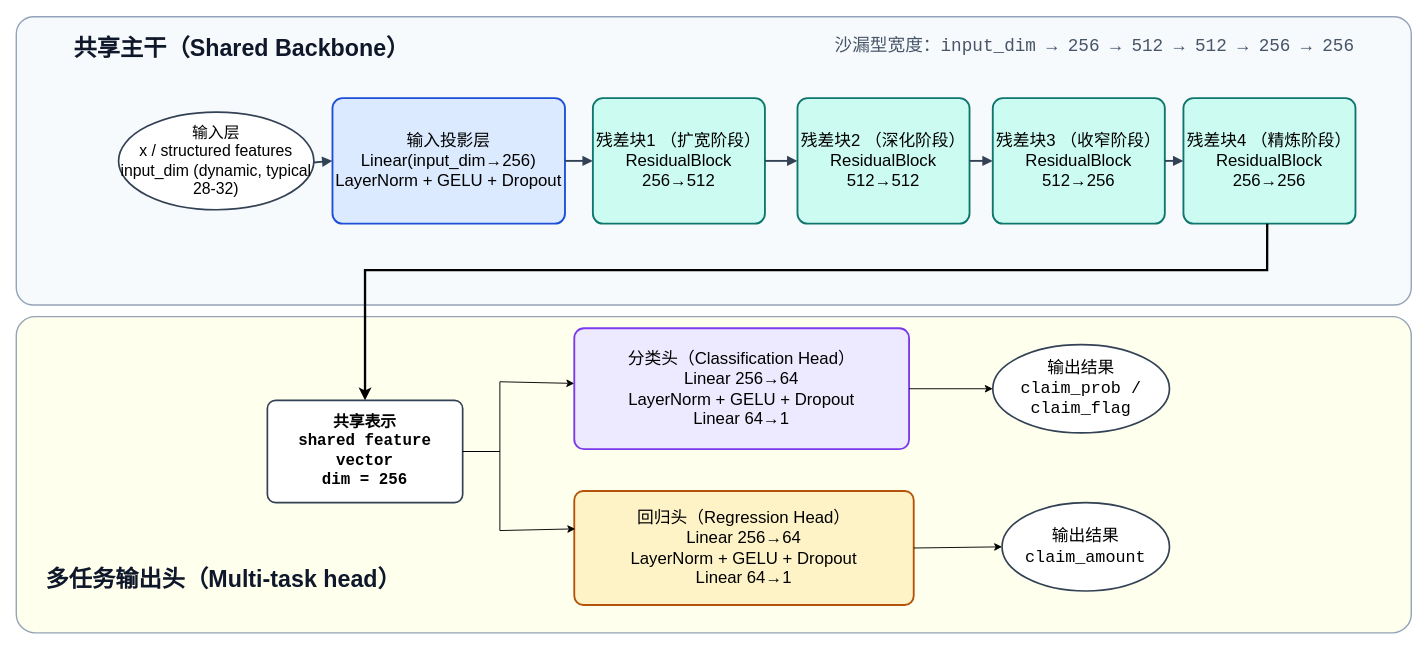
The draw.io diagram docs/diagrams/InsuranceMLP网络结构图.drawio in Mrxyqian/Gradu_Project, before the edit. Source tidied: cells renumbered, new cells numbered last; positions are measured from the earlier drawing's top-left corner, leaving out a move shared by most shapes. Both pictures are drawn from the tidied source at 93%, with x=0, y=0 at pixel (16, 17).
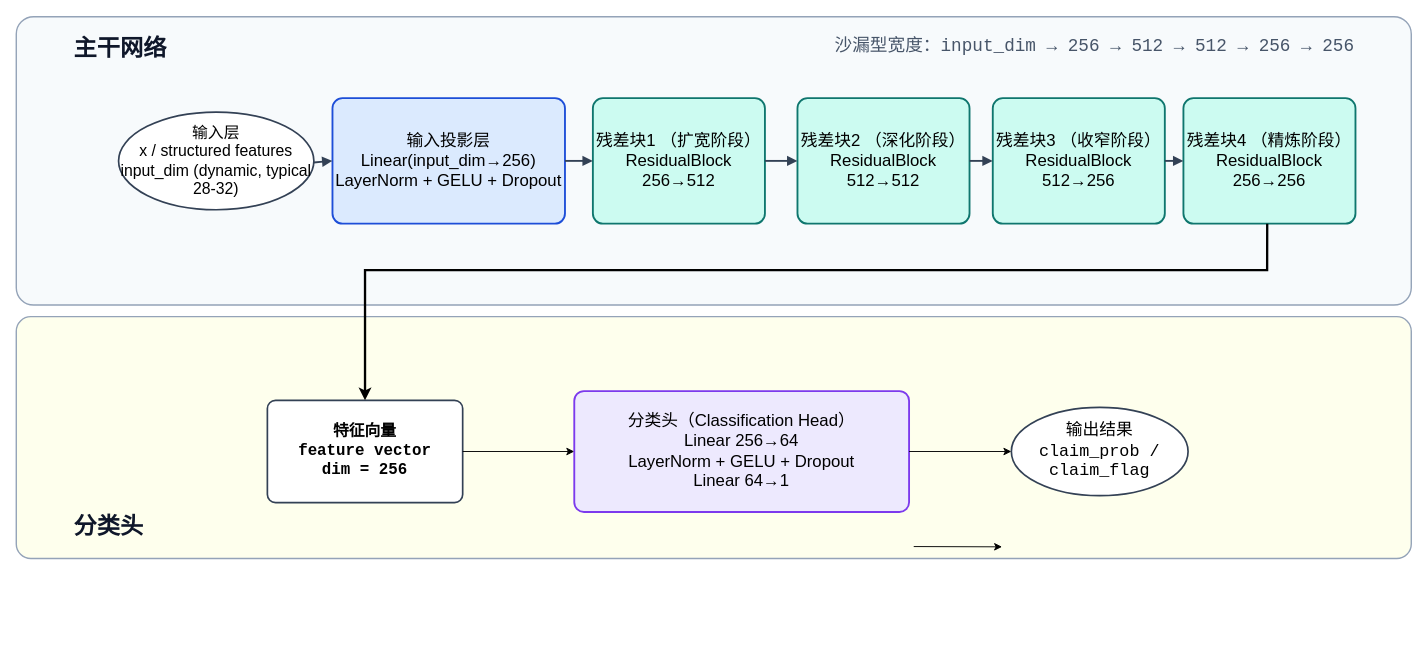
Above is the later version.

What changed in the source:
```diff
@@
     <mxCell id="2" style="rounded=1;arcSize=6;whiteSpace=wrap;html=1;fillColor=#FEFFED;strokeColor=#94a3b8;strokeWidth=1.5;dashed=0;fontSize=17;" parent="1" vertex="1">
-      <mxGeometry y="322" width="1500" height="340" as="geometry" />
+      <mxGeometry y="322" width="1500" height="260" as="geometry" />
     </mxCell>
@@
-    <mxCell id="4" value="共享主干（Shared Backbone）" style="text;html=1;strokeColor=none;fillColor=none;align=left;verticalAlign=middle;fontFamily=Microsoft YaHei;fontSize=25;fontStyle=1;fontColor=#0f172a;" parent="1" vertex="1">
+    <mxCell id="4" value="主干网络" style="text;html=1;strokeColor=none;fillColor=none;align=left;verticalAlign=middle;fontFamily=Microsoft YaHei;fontSize=25;fontStyle=1;fontColor=#0f172a;" parent="1" vertex="1">
       <mxGeometry x="60" y="18" width="420" height="28" as="geometry" />
     </mxCell>
@@
-    <mxCell id="19" value="共享表示&lt;br&gt;shared feature vector&lt;br&gt;dim = 256" style="rounded=1;arcSize=8;whiteSpace=wrap;html=1;align=center;verticalAlign=middle;fontFamily=Consolas;fontSize=17;fontStyle=1;strokeColor=#334155;strokeWidth=1.8;fillColor=#ffffff;" parent="1" vertex="1">
+    <mxCell id="19" value="特征向量&lt;br&gt;feature vector&lt;br&gt;dim = 256" style="rounded=1;arcSize=8;whiteSpace=wrap;html=1;align=center;verticalAlign=middle;fontFamily=Consolas;fontSize=17;fontStyle=1;strokeColor=#334155;strokeWidth=1.8;fillColor=#ffffff;" parent="1" vertex="1">
       <mxGeometry x="270" y="412" width="210" height="110" as="geometry" />
     </mxCell>
-    <mxCell id="20" value="回归头（Regression Head）&lt;br&gt;Linear 256→64&lt;br&gt;LayerNorm + GELU + Dropout&lt;br&gt;Linear 64→1" style="rounded=1;arcSize=8;whiteSpace=wrap;html=1;align=center;verticalAlign=middle;fontFamily=Microsoft YaHei;fontSize=18;strokeColor=#b45309;strokeWidth=2;fillColor=#fef3c7;" parent="1" vertex="1">
-      <mxGeometry x="600" y="509.5" width="365" height="122.5" as="geometry" />
-    </mxCell>
-    <mxCell id="21" value="输出结果&lt;br&gt;claim_amount" style="ellipse;whiteSpace=wrap;html=1;align=center;verticalAlign=middle;fontFamily=Consolas;fontSize=18;strokeColor=#334155;strokeWidth=1.8;fillColor=#ffffff;" parent="1" vertex="1">
-      <mxGeometry x="1060" y="522" width="180" height="95" as="geometry" />
-    </mxCell>
     <mxCell id="22" value="分类头（Classification Head）&lt;br&gt;Linear 256→64&lt;br&gt;LayerNorm + GELU + Dropout&lt;br&gt;Linear 64→1" style="rounded=1;arcSize=8;whiteSpace=wrap;html=1;align=center;verticalAlign=middle;fontFamily=Microsoft YaHei;fontSize=18;strokeColor=#7c3aed;strokeWidth=2;fillColor=#ede9fe;" parent="1" vertex="1">
-      <mxGeometry x="600" y="334.5" width="360" height="130" as="geometry" />
+      <mxGeometry x="600" y="402" width="360" height="130" as="geometry" />
     </mxCell>
     <mxCell id="23" value="输出结果&lt;br&gt;claim_prob / claim_flag" style="ellipse;whiteSpace=wrap;html=1;align=center;verticalAlign=middle;fontFamily=Consolas;fontSize=18;strokeColor=#334155;strokeWidth=1.8;fillColor=#ffffff;" parent="1" vertex="1">
-      <mxGeometry x="1050" y="352" width="190" height="95" as="geometry" />
+      <mxGeometry x="1070" y="419.5" width="190" height="95" as="geometry" />
     </mxCell>
@@
-    <mxCell id="25" style="endArrow=classic;html=1;rounded=0;exitX=1;exitY=0.5;exitDx=0;exitDy=0;entryX=0;entryY=0.456;entryDx=0;entryDy=0;entryPerimeter=0;" parent="1" edge="1" source="19" target="22">
-      <mxGeometry relative="1" as="geometry">
-        <Array as="points">
-          <mxPoint x="520" y="467" />
-          <mxPoint x="520" y="392" />
-        </Array>
-      </mxGeometry>
+    <mxCell id="25" style="endArrow=classic;html=1;rounded=0;exitX=1;exitY=0.5;exitDx=0;exitDy=0;entryX=0;entryY=0.5;entryDx=0;entryDy=0;" parent="1" edge="1" source="19" target="22">
+      <mxGeometry relative="1" as="geometry" />
     </mxCell>
-    <mxCell id="26" style="endArrow=classic;html=1;rounded=0;exitX=1;exitY=0.5;exitDx=0;exitDy=0;entryX=0.003;entryY=0.332;entryDx=0;entryDy=0;entryPerimeter=0;" parent="1" edge="1" source="19" target="20">
-      <mxGeometry relative="1" as="geometry">
-        <Array as="points">
-          <mxPoint x="520" y="467" />
-          <mxPoint x="520" y="552" />
-        </Array>
-      </mxGeometry>
-    </mxCell>
@@
-    <mxCell id="28" style="endArrow=classic;html=1;rounded=0;entryX=0;entryY=0.5;entryDx=0;entryDy=0;exitX=1;exitY=0.5;exitDx=0;exitDy=0;" parent="1" edge="1" source="20" target="21">
-      <mxGeometry relative="1" as="geometry" />
+    <mxCell id="28" style="endArrow=classic;html=1;rounded=0;entryX=0;entryY=0.5;entryDx=0;entryDy=0;exitX=1;exitY=0.5;exitDx=0;exitDy=0;" parent="1" edge="1">
+      <mxGeometry relative="1" as="geometry">
+        <mxPoint x="965" y="569.2" as="sourcePoint" />
+        <mxPoint x="1060" y="569.5" as="targetPoint" />
+      </mxGeometry>
     </mxCell>
-    <mxCell id="29" value="多任务输出头（Multi-task head）" style="text;html=1;strokeColor=none;fillColor=none;align=left;verticalAlign=middle;fontFamily=Microsoft YaHei;fontSize=25;fontStyle=1;fontColor=#0f172a;" parent="1" vertex="1">
-      <mxGeometry x="30" y="589" width="420" height="28" as="geometry" />
+    <mxCell id="29" value="分类头" style="text;html=1;strokeColor=none;fillColor=none;align=left;verticalAlign=middle;fontFamily=Microsoft YaHei;fontSize=25;fontStyle=1;fontColor=#0f172a;" parent="1" vertex="1">
+      <mxGeometry x="60" y="532" width="420" height="28" as="geometry" />
     </mxCell>
```
